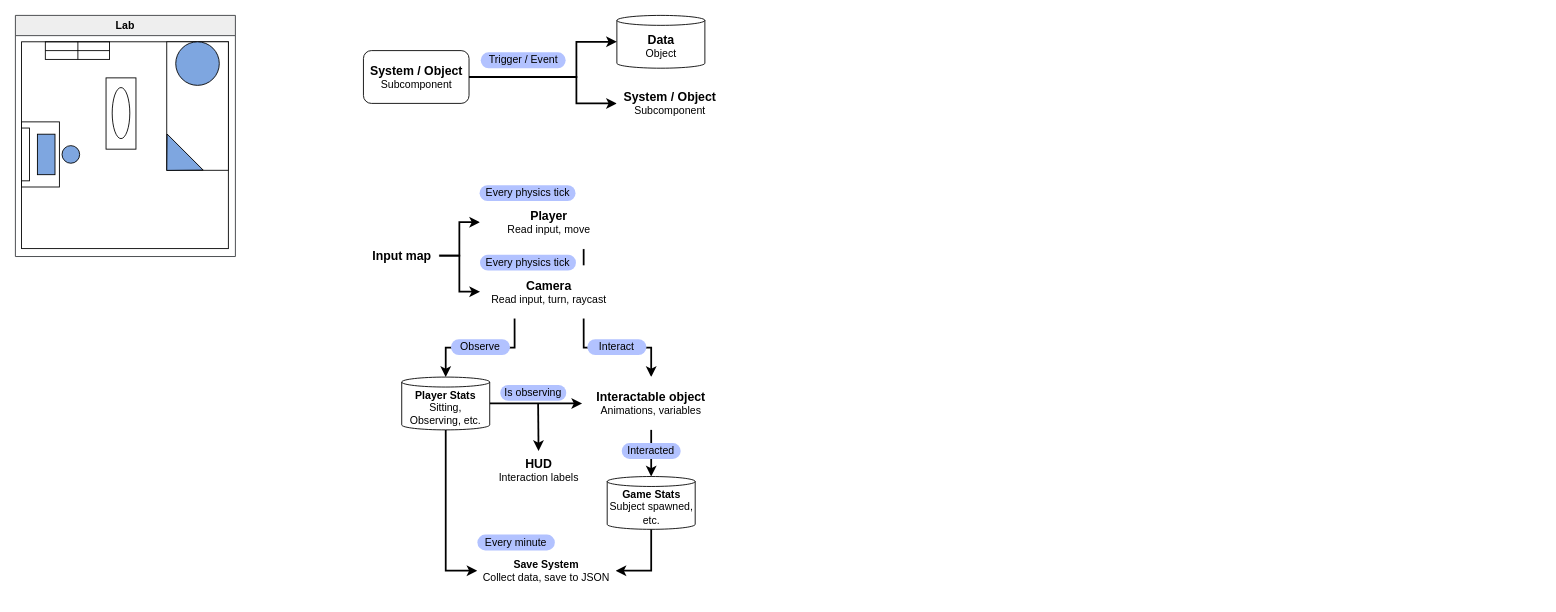
Making-Games-ITU/TheLab keeps this draw.io diagram as page "Main" (1 of 2) of Docs/TheLabArchitecture.drawio. Above is the earlier version. Source tidied: cells renumbered, new cells numbered last; positions are measured from the earlier drawing's top-left corner, leaving out a move shared by most shapes. Both pictures are drawn from the tidied source at 88%, with x=0, y=0 at pixel (15, 15).
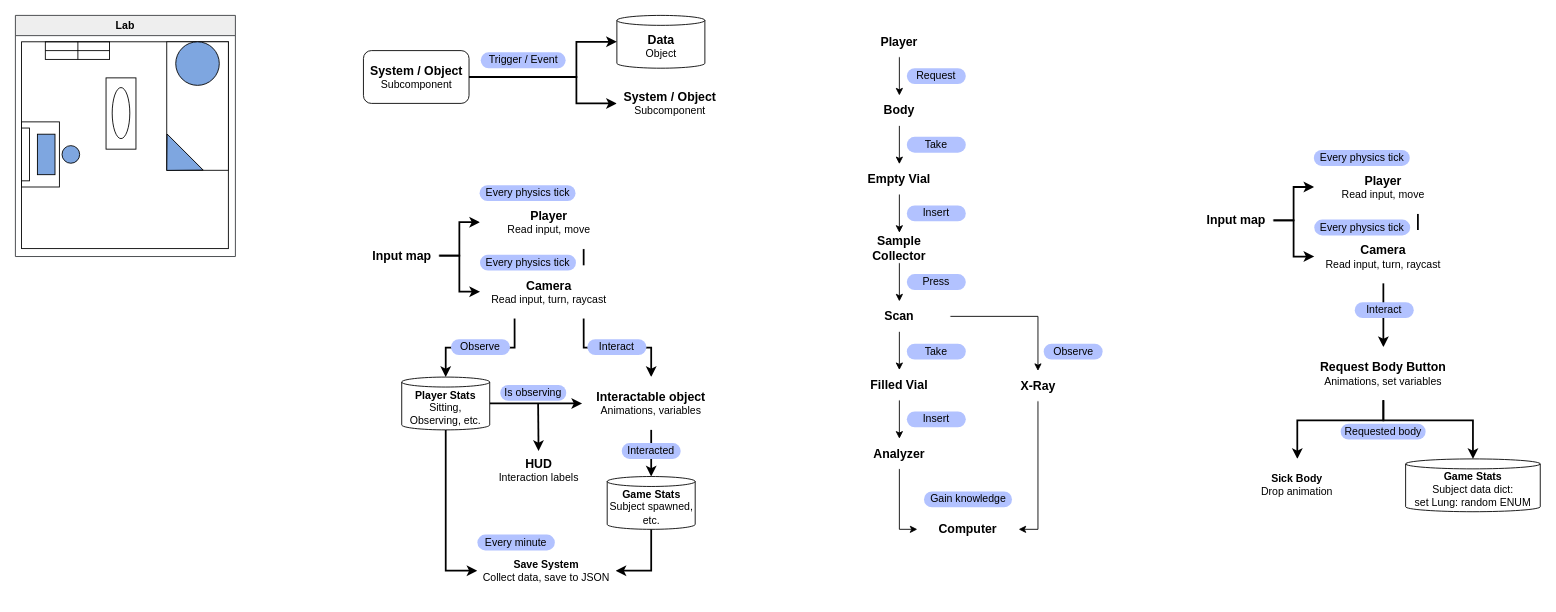
The same diagram, later.

Change to the diagram source:
```diff
@@
-    <mxCell id="21" value="&lt;div&gt;&lt;b&gt;&lt;font style=&quot;font-size: 14px;&quot;&gt;Input map&lt;/font&gt;&lt;/b&gt;&lt;/div&gt;" style="rounded=1;whiteSpace=wrap;html=1;roundedPerimeter=1;arcSize=25;fillColor=light-dark(#FFFFFF,#003333);strokeColor=light-dark(#FFFFFF,#006666);" parent="1" vertex="1">
+    <mxCell id="21" value="&lt;div&gt;&lt;b&gt;&lt;font style=&quot;font-size: 14px;&quot;&gt;Input map&lt;/font&gt;&lt;/b&gt;&lt;/div&gt;" style="rounded=1;whiteSpace=wrap;html=1;roundedPerimeter=1;arcSize=25;fillColor=none;strokeColor=light-dark(#FFFFFF,#006666);" parent="1" vertex="1">
       <mxGeometry x="398" y="260" width="83" height="26" as="geometry" />
     </mxCell>
@@
+    <mxCell id="46" style="edgeStyle=orthogonalEdgeStyle;rounded=0;jettySize=auto;html=1;exitX=0.5;exitY=1;exitDx=0;exitDy=0;entryX=0.5;entryY=0;entryDx=0;entryDy=0;" parent="1" edge="1" source="47" target="70">
+      <mxGeometry relative="1" as="geometry" />
+    </mxCell>
+    <mxCell id="47" value="&lt;div&gt;&lt;b&gt;&lt;font style=&quot;font-size: 14px;&quot;&gt;Player&lt;/font&gt;&lt;/b&gt;&lt;/div&gt;" style="rounded=1;whiteSpace=wrap;html=1;roundedPerimeter=1;arcSize=31;strokeColor=light-dark(#FFFFFF,#006666);fillColor=none;" parent="1" vertex="1">
+      <mxGeometry x="947" y="13" width="115" height="34" as="geometry" />
+    </mxCell>
+    <mxCell id="48" style="edgeStyle=orthogonalEdgeStyle;rounded=0;jettySize=auto;html=1;exitX=0.5;exitY=1;exitDx=0;exitDy=0;entryX=0.5;entryY=0;entryDx=0;entryDy=0;" parent="1" edge="1" source="49" target="51">
+      <mxGeometry relative="1" as="geometry" />
+    </mxCell>
+    <mxCell id="49" value="&lt;div&gt;&lt;b&gt;&lt;font style=&quot;font-size: 14px;&quot;&gt;Empty Vial&lt;/font&gt;&lt;/b&gt;&lt;/div&gt;" style="rounded=1;whiteSpace=wrap;html=1;roundedPerimeter=1;arcSize=31;strokeColor=light-dark(#FFFFFF,#006666);fillColor=none;" parent="1" vertex="1">
+      <mxGeometry x="947" y="169" width="115" height="34" as="geometry" />
+    </mxCell>
+    <mxCell id="50" style="edgeStyle=orthogonalEdgeStyle;rounded=0;jettySize=auto;html=1;exitX=0.5;exitY=1;exitDx=0;exitDy=0;entryX=0.5;entryY=0;entryDx=0;entryDy=0;" parent="1" edge="1" source="51" target="56">
+      <mxGeometry relative="1" as="geometry" />
+    </mxCell>
+    <mxCell id="51" value="&lt;div&gt;&lt;b&gt;&lt;font style=&quot;font-size: 14px;&quot;&gt;Sample Collector&lt;/font&gt;&lt;/b&gt;&lt;/div&gt;" style="rounded=1;whiteSpace=wrap;html=1;roundedPerimeter=1;arcSize=31;strokeColor=light-dark(#FFFFFF,#006666);fillColor=none;" parent="1" vertex="1">
+      <mxGeometry x="947" y="247" width="115" height="34" as="geometry" />
+    </mxCell>
+    <mxCell id="52" value="&lt;font&gt;Take&lt;/font&gt;" style="rounded=1;whiteSpace=wrap;html=1;roundedPerimeter=1;fillColor=light-dark(#B2C2FF,#660033);strokeColor=none;fontColor=default;fillStyle=solid;gradientColor=none;arcSize=50;verticalAlign=middle;labelPosition=center;verticalLabelPosition=middle;align=center;" parent="1" vertex="1">
+      <mxGeometry x="1013" y="138" width="67" height="18" as="geometry" />
+    </mxCell>
+    <mxCell id="53" value="&lt;font&gt;Request&lt;/font&gt;" style="rounded=1;whiteSpace=wrap;html=1;roundedPerimeter=1;fillColor=light-dark(#B2C2FF,#660033);strokeColor=none;fontColor=default;fillStyle=solid;gradientColor=none;arcSize=50;verticalAlign=middle;labelPosition=center;verticalLabelPosition=middle;align=center;" parent="1" vertex="1">
+      <mxGeometry x="1013" y="60" width="67" height="18" as="geometry" />
+    </mxCell>
+    <mxCell id="54" style="edgeStyle=orthogonalEdgeStyle;rounded=0;jettySize=auto;html=1;exitX=0.5;exitY=1;exitDx=0;exitDy=0;entryX=0.5;entryY=0;entryDx=0;entryDy=0;" parent="1" edge="1" source="56" target="59">
+      <mxGeometry relative="1" as="geometry" />
+    </mxCell>
+    <mxCell id="55" style="edgeStyle=orthogonalEdgeStyle;rounded=0;jettySize=auto;html=1;exitX=1;exitY=0.5;exitDx=0;exitDy=0;entryX=0.5;entryY=0;entryDx=0;entryDy=0;" parent="1" edge="1" source="56" target="62">
+      <mxGeometry relative="1" as="geometry" />
+    </mxCell>
+    <mxCell id="56" value="&lt;div&gt;&lt;b&gt;&lt;font style=&quot;font-size: 14px;&quot;&gt;Scan&lt;/font&gt;&lt;/b&gt;&lt;/div&gt;" style="rounded=1;whiteSpace=wrap;html=1;roundedPerimeter=1;arcSize=31;strokeColor=light-dark(#FFFFFF,#006666);fillColor=none;" parent="1" vertex="1">
+      <mxGeometry x="947" y="325" width="115" height="34" as="geometry" />
+    </mxCell>
+    <mxCell id="57" value="Press" style="rounded=1;whiteSpace=wrap;html=1;roundedPerimeter=1;fillColor=light-dark(#B2C2FF,#660033);strokeColor=none;fontColor=default;fillStyle=solid;gradientColor=none;arcSize=50;verticalAlign=middle;labelPosition=center;verticalLabelPosition=middle;align=center;" parent="1" vertex="1">
+      <mxGeometry x="1013" y="294" width="67" height="18" as="geometry" />
+    </mxCell>
+    <mxCell id="58" style="edgeStyle=orthogonalEdgeStyle;rounded=0;jettySize=auto;html=1;exitX=0.5;exitY=1;exitDx=0;exitDy=0;" parent="1" edge="1" source="59" target="65">
+      <mxGeometry relative="1" as="geometry" />
+    </mxCell>
+    <mxCell id="59" value="&lt;div&gt;&lt;b&gt;&lt;font style=&quot;font-size: 14px;&quot;&gt;Filled Vial&lt;/font&gt;&lt;/b&gt;&lt;/div&gt;" style="rounded=1;whiteSpace=wrap;html=1;roundedPerimeter=1;arcSize=31;strokeColor=light-dark(#FFFFFF,#006666);fillColor=none;" parent="1" vertex="1">
+      <mxGeometry x="947" y="403" width="115" height="34" as="geometry" />
+    </mxCell>
+    <mxCell id="60" value="&lt;font&gt;Take&lt;/font&gt;" style="rounded=1;whiteSpace=wrap;html=1;roundedPerimeter=1;fillColor=light-dark(#B2C2FF,#660033);strokeColor=none;fontColor=default;fillStyle=solid;gradientColor=none;arcSize=50;verticalAlign=middle;labelPosition=center;verticalLabelPosition=middle;align=center;" parent="1" vertex="1">
+      <mxGeometry x="1013" y="373" width="67" height="18" as="geometry" />
+    </mxCell>
+    <mxCell id="61" style="edgeStyle=orthogonalEdgeStyle;rounded=0;jettySize=auto;html=1;exitX=0.5;exitY=1;exitDx=0;exitDy=0;entryX=1;entryY=0.5;entryDx=0;entryDy=0;" parent="1" edge="1" source="62" target="67">
+      <mxGeometry relative="1" as="geometry" />
+    </mxCell>
+    <mxCell id="62" value="&lt;span style=&quot;font-size: 14px;&quot;&gt;&lt;b&gt;X-Ray&lt;/b&gt;&lt;/span&gt;" style="rounded=1;whiteSpace=wrap;html=1;roundedPerimeter=1;arcSize=31;strokeColor=light-dark(#FFFFFF,#006666);fillColor=none;" parent="1" vertex="1">
+      <mxGeometry x="1104.5" y="404" width="115" height="34" as="geometry" />
+    </mxCell>
+    <mxCell id="63" value="Insert" style="rounded=1;whiteSpace=wrap;html=1;roundedPerimeter=1;fillColor=light-dark(#B2C2FF,#660033);strokeColor=none;fontColor=default;fillStyle=solid;gradientColor=none;arcSize=50;verticalAlign=middle;labelPosition=center;verticalLabelPosition=middle;align=center;" parent="1" vertex="1">
+      <mxGeometry x="1013" y="216" width="67" height="18" as="geometry" />
+    </mxCell>
+    <mxCell id="64" style="edgeStyle=orthogonalEdgeStyle;rounded=0;jettySize=auto;html=1;exitX=0.5;exitY=1;exitDx=0;exitDy=0;entryX=0;entryY=0.5;entryDx=0;entryDy=0;" parent="1" edge="1" source="65" target="67">
+      <mxGeometry relative="1" as="geometry" />
+    </mxCell>
+    <mxCell id="65" value="&lt;div&gt;&lt;b&gt;&lt;font style=&quot;font-size: 14px;&quot;&gt;Analyzer&lt;/font&gt;&lt;/b&gt;&lt;/div&gt;" style="rounded=1;whiteSpace=wrap;html=1;roundedPerimeter=1;arcSize=31;strokeColor=light-dark(#FFFFFF,#006666);fillColor=none;" parent="1" vertex="1">
+      <mxGeometry x="947" y="481" width="115" height="34" as="geometry" />
+    </mxCell>
+    <mxCell id="66" value="&lt;font&gt;Insert&lt;/font&gt;" style="rounded=1;whiteSpace=wrap;html=1;roundedPerimeter=1;fillColor=light-dark(#B2C2FF,#660033);strokeColor=none;fontColor=default;fillStyle=solid;gradientColor=none;arcSize=50;verticalAlign=middle;labelPosition=center;verticalLabelPosition=middle;align=center;" parent="1" vertex="1">
+      <mxGeometry x="1013" y="450" width="67" height="18" as="geometry" />
+    </mxCell>
+    <mxCell id="67" value="&lt;div&gt;&lt;b&gt;&lt;font style=&quot;font-size: 14px;&quot;&gt;Computer&lt;/font&gt;&lt;/b&gt;&lt;/div&gt;" style="rounded=1;whiteSpace=wrap;html=1;roundedPerimeter=1;arcSize=31;strokeColor=light-dark(#FFFFFF,#006666);fillColor=none;" parent="1" vertex="1">
+      <mxGeometry x="1025" y="567" width="115" height="34" as="geometry" />
+    </mxCell>
+    <mxCell id="68" value="Gain knowledge" style="rounded=1;whiteSpace=wrap;html=1;roundedPerimeter=1;fillColor=light-dark(#B2C2FF,#660033);strokeColor=none;fontColor=default;fillStyle=solid;gradientColor=none;arcSize=50;verticalAlign=middle;labelPosition=center;verticalLabelPosition=middle;align=center;" parent="1" vertex="1">
+      <mxGeometry x="1032.5" y="541" width="100" height="18" as="geometry" />
+    </mxCell>
+    <mxCell id="69" style="edgeStyle=orthogonalEdgeStyle;rounded=0;jettySize=auto;html=1;exitX=0.5;exitY=1;exitDx=0;exitDy=0;entryX=0.5;entryY=0;entryDx=0;entryDy=0;" parent="1" edge="1" source="70" target="49">
+      <mxGeometry relative="1" as="geometry" />
+    </mxCell>
+    <mxCell id="70" value="&lt;div&gt;&lt;b&gt;&lt;font style=&quot;font-size: 14px;&quot;&gt;Body&lt;/font&gt;&lt;/b&gt;&lt;/div&gt;" style="rounded=1;whiteSpace=wrap;html=1;roundedPerimeter=1;arcSize=31;strokeColor=light-dark(#FFFFFF,#006666);fillColor=none;" parent="1" vertex="1">
+      <mxGeometry x="947" y="91" width="115" height="34" as="geometry" />
+    </mxCell>
+    <mxCell id="71" value="&lt;font&gt;Observe&lt;/font&gt;" style="rounded=1;whiteSpace=wrap;html=1;roundedPerimeter=1;fillColor=light-dark(#B2C2FF,#660033);strokeColor=none;fontColor=default;fillStyle=solid;gradientColor=none;arcSize=50;verticalAlign=middle;labelPosition=center;verticalLabelPosition=middle;align=center;" parent="1" vertex="1">
+      <mxGeometry x="1168.5" y="373" width="67" height="18" as="geometry" />
+    </mxCell>
+    <mxCell id="72" style="edgeStyle=orthogonalEdgeStyle;rounded=0;jettySize=auto;html=1;exitX=0.5;exitY=1;exitDx=0;exitDy=0;entryX=0.5;entryY=0;entryDx=0;entryDy=0;strokeWidth=2;" parent="1" edge="1" source="73" target="82">
+      <mxGeometry relative="1" as="geometry" />
+    </mxCell>
+    <mxCell id="73" value="&lt;div&gt;&lt;b&gt;&lt;font style=&quot;font-size: 14px;&quot;&gt;Camera&lt;/font&gt;&lt;/b&gt;&lt;/div&gt;&lt;div&gt;Read input, turn, raycast&lt;/div&gt;" style="rounded=1;whiteSpace=wrap;html=1;roundedPerimeter=1;arcSize=10;strokeColor=light-dark(#FFFFFF,#006666);fillColor=light-dark(#FFFFFF,#003333);" parent="1" vertex="1">
+      <mxGeometry x="1476" y="244" width="157" height="60" as="geometry" />
+    </mxCell>
+    <mxCell id="74" style="edgeStyle=orthogonalEdgeStyle;rounded=0;jettySize=auto;html=1;exitX=1;exitY=0.5;exitDx=0;exitDy=0;strokeWidth=2;" parent="1" edge="1" source="76" target="79">
+      <mxGeometry relative="1" as="geometry" />
+    </mxCell>
+    <mxCell id="75" style="edgeStyle=orthogonalEdgeStyle;rounded=0;jettySize=auto;html=1;exitX=1;exitY=0.5;exitDx=0;exitDy=0;entryX=0;entryY=0.5;entryDx=0;entryDy=0;strokeWidth=2;" parent="1" edge="1" source="76" target="73">
+      <mxGeometry relative="1" as="geometry" />
+    </mxCell>
+    <mxCell id="76" value="&lt;div&gt;&lt;b&gt;&lt;font style=&quot;font-size: 14px;&quot;&gt;Input map&lt;/font&gt;&lt;/b&gt;&lt;/div&gt;" style="rounded=1;whiteSpace=wrap;html=1;roundedPerimeter=1;arcSize=25;fillColor=none;strokeColor=light-dark(#FFFFFF,#006666);" parent="1" vertex="1">
+      <mxGeometry x="1346" y="220" width="83" height="26" as="geometry" />
+    </mxCell>
+    <mxCell id="77" value="Every physics tick" style="rounded=1;whiteSpace=wrap;html=1;roundedPerimeter=1;fillStyle=solid;arcSize=50;fillColor=light-dark(#B2C2FF,#660033);strokeColor=none;" parent="1" vertex="1">
+      <mxGeometry x="1476" y="232" width="109" height="18" as="geometry" />
+    </mxCell>
+    <mxCell id="78" style="edgeStyle=orthogonalEdgeStyle;rounded=0;jettySize=auto;html=1;exitX=0.75;exitY=1;exitDx=0;exitDy=0;entryX=0.75;entryY=0;entryDx=0;entryDy=0;strokeWidth=2;endArrow=none;endFill=0;" parent="1" edge="1" source="79" target="73">
+      <mxGeometry relative="1" as="geometry" />
+    </mxCell>
+    <mxCell id="79" value="&lt;div&gt;&lt;b&gt;&lt;font style=&quot;font-size: 14px;&quot;&gt;Player&lt;/font&gt;&lt;/b&gt;&lt;/div&gt;&lt;div&gt;Read input, move&lt;/div&gt;" style="rounded=1;whiteSpace=wrap;html=1;roundedPerimeter=1;arcSize=10;strokeColor=light-dark(#FFFFFF,#006666);fillColor=light-dark(#FFFFFF,#003333);" parent="1" vertex="1">
+      <mxGeometry x="1476" y="165" width="157" height="60" as="geometry" />
+    </mxCell>
+    <mxCell id="80" value="Every physics tick" style="rounded=1;whiteSpace=wrap;html=1;roundedPerimeter=1;fillStyle=solid;arcSize=50;fillColor=light-dark(#B2C2FF,#660033);strokeColor=none;" parent="1" vertex="1">
+      <mxGeometry x="1475.5" y="153" width="109" height="18" as="geometry" />
+    </mxCell>
+    <mxCell id="81" style="edgeStyle=orthogonalEdgeStyle;rounded=0;jettySize=auto;html=1;exitX=0.5;exitY=1;exitDx=0;exitDy=0;entryX=0.5;entryY=0;entryDx=0;entryDy=0;strokeWidth=2;" parent="1" edge="1" source="82" target="85">
+      <mxGeometry relative="1" as="geometry">
+        <Array as="points">
+          <mxPoint x="1554.5" y="460.2" />
+          <mxPoint x="1456.8" y="460.2" />
+        </Array>
+      </mxGeometry>
+    </mxCell>
+    <mxCell id="82" value="&lt;div&gt;&lt;span style=&quot;background-color: transparent; color: light-dark(rgb(0, 0, 0), rgb(255, 255, 255));&quot;&gt;&lt;span style=&quot;font-size: 14px;&quot;&gt;&lt;b&gt;Request Body Button&lt;/b&gt;&lt;/span&gt;&lt;/span&gt;&lt;/div&gt;&lt;div&gt;Animations, set variables&lt;/div&gt;" style="rounded=1;whiteSpace=wrap;html=1;roundedPerimeter=1;arcSize=10;strokeColor=light-dark(#FFFFFF,#006666);fillColor=light-dark(#FFFFFF,#003333);" parent="1" vertex="1">
+      <mxGeometry x="1463" y="377" width="183" height="60" as="geometry" />
+    </mxCell>
+    <mxCell id="83" value="&lt;span style=&quot;color: light-dark(rgb(0, 0, 0), rgb(255, 255, 255));&quot;&gt;Interact&lt;/span&gt;" style="rounded=1;whiteSpace=wrap;html=1;roundedPerimeter=1;fillColor=light-dark(#B2C2FF,#660033);strokeColor=none;fontColor=#ffffff;fillStyle=solid;gradientColor=none;arcSize=50;" parent="1" vertex="1">
+      <mxGeometry x="1522" y="326" width="67" height="18" as="geometry" />
+    </mxCell>
+    <mxCell id="84" value="&lt;div&gt;&lt;b&gt;Game Stats&lt;/b&gt;&lt;/div&gt;&lt;div&gt;Subject data dict:&lt;/div&gt;&lt;div&gt;set Lung: random ENUM&lt;/div&gt;" style="shape=cylinder3;whiteSpace=wrap;html=1;boundedLbl=1;backgroundOutline=1;size=5.655189251077616;strokeColor=light-dark(#000000,#666600);fillColor=light-dark(#FFFFFF,#333300);" parent="1" vertex="1">
+      <mxGeometry x="1579.8" y="504" width="153" height="60" as="geometry" />
+    </mxCell>
+    <mxCell id="85" value="&lt;div&gt;&lt;span style=&quot;background-color: transparent; color: light-dark(rgb(0, 0, 0), rgb(255, 255, 255));&quot;&gt;&lt;b&gt;Sick Body&lt;/b&gt;&lt;/span&gt;&lt;/div&gt;&lt;div&gt;&lt;span style=&quot;background-color: transparent; color: light-dark(rgb(0, 0, 0), rgb(255, 255, 255));&quot;&gt;Drop animation&lt;/span&gt;&lt;/div&gt;" style="rounded=1;whiteSpace=wrap;html=1;roundedPerimeter=1;arcSize=10;strokeColor=light-dark(#FFFFFF,#006666);fillColor=light-dark(#FFFFFF,#003333);" parent="1" vertex="1">
+      <mxGeometry x="1378.2" y="504" width="157" height="60" as="geometry" />
+    </mxCell>
+    <mxCell id="86" style="edgeStyle=orthogonalEdgeStyle;rounded=0;jettySize=auto;html=1;exitX=0.5;exitY=1;exitDx=0;exitDy=0;entryX=0.5;entryY=0;entryDx=0;entryDy=0;entryPerimeter=0;strokeWidth=2;" parent="1" edge="1" source="82" target="84">
+      <mxGeometry relative="1" as="geometry">
+        <Array as="points">
+          <mxPoint x="1554.5" y="460.2" />
+          <mxPoint x="1656.3" y="460.2" />
+        </Array>
+      </mxGeometry>
+    </mxCell>
+    <mxCell id="87" value="&lt;span style=&quot;color: light-dark(rgb(0, 0, 0), rgb(255, 255, 255));&quot;&gt;Requested body&lt;/span&gt;" style="rounded=1;whiteSpace=wrap;html=1;roundedPerimeter=1;fillColor=light-dark(#B2C2FF,#660033);strokeColor=none;fontColor=#ffffff;fillStyle=solid;gradientColor=none;arcSize=50;" parent="1" vertex="1">
+      <mxGeometry x="1506" y="464" width="96.5" height="18" as="geometry" />
+    </mxCell>
```
